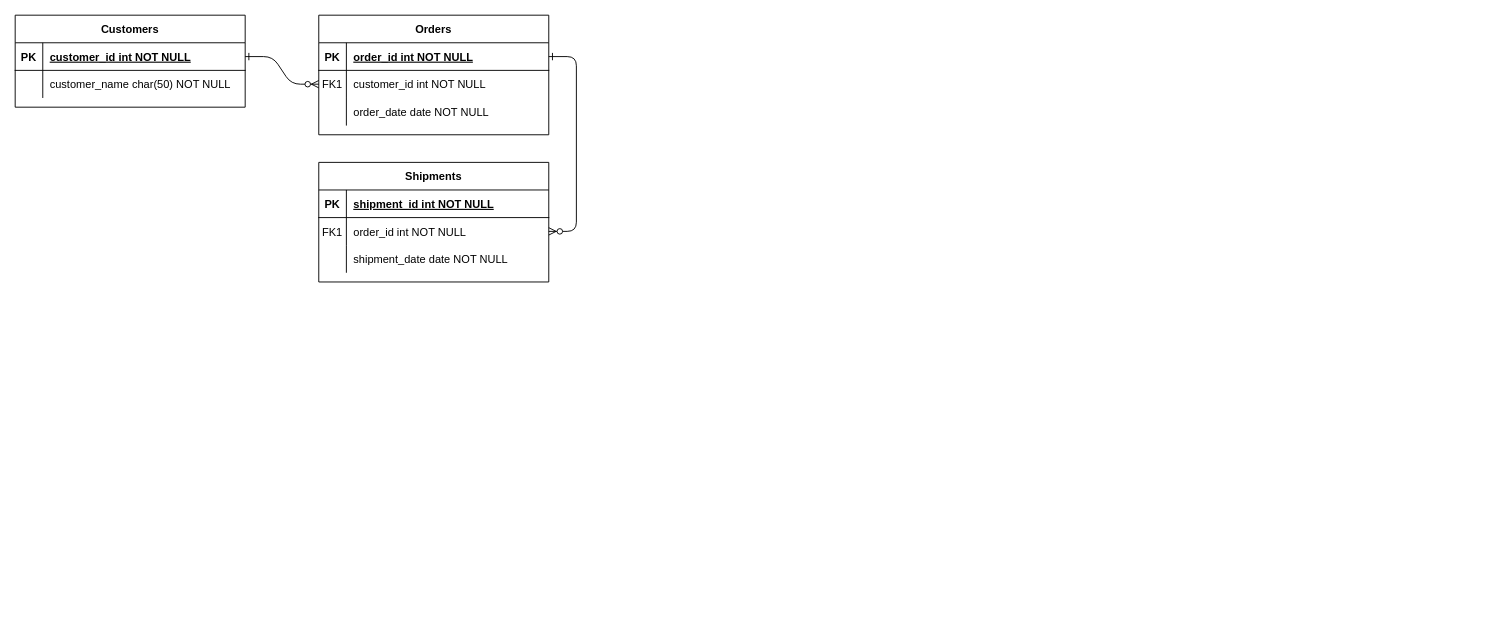
Before: Untitled Diagram.drawio in alec202/CIS353ERDiagramAssignment, a draw.io diagram. Source tidied: cells renumbered, new cells numbered last; positions are measured from the earlier drawing's top-left corner, leaving out a move shared by most shapes. Both pictures are drawn from the tidied source at 92%, with x=0, y=0 at pixel (15, 15).
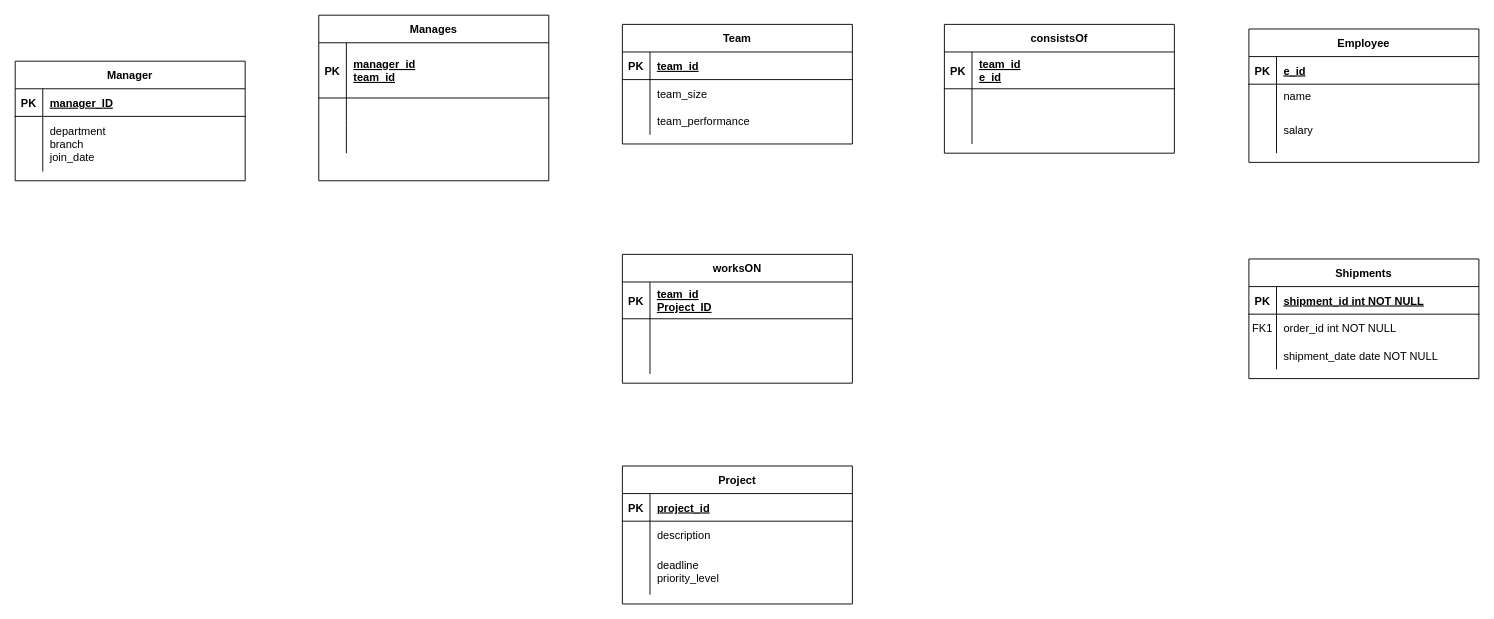
After the change.

The change refers to these unchanged cells:
```xml
<mxCell id="15" style="shape=partialRectangle;fillColor=none;top=0;left=0;right=0;bottom=1;" parent="14" vertex="1">
  <mxGeometry y="30" width="250" height="30" as="geometry" />
</mxCell>
<mxCell id="18" style="shape=partialRectangle;fillColor=none;points=[[0,0.5],[1,0.5]];portConstraint=eastwest;top=0;left=0;right=0;bottom=0;" parent="14" vertex="1">
  <mxGeometry y="60" width="250" height="30" as="geometry" />
</mxCell>
<mxCell id="21" style="shape=partialRectangle;fillColor=none;top=0;left=0;right=0;bottom=0;" parent="14" vertex="1">
  <mxGeometry y="90" width="250" height="30" as="geometry" />
</mxCell>
<mxCell id="25" style="shape=partialRectangle;fillColor=none;points=[[0,0.5],[1,0.5]];portConstraint=eastwest;top=0;left=0;right=0;bottom=1;" parent="24" vertex="1">
  <mxGeometry y="30" width="250" height="30" as="geometry" />
</mxCell>
```

The edit, as a diff of the source:
```diff
@@
-    <mxCell id="2" style="edgeStyle=entityRelationEdgeStyle;endArrow=ERzeroToMany;startArrow=ERone;endFill=1;startFill=0;" parent="1" edge="1" source="25" target="8">
-      <mxGeometry relative="1" as="geometry" />
-    </mxCell>
-    <mxCell id="3" style="edgeStyle=entityRelationEdgeStyle;endArrow=ERzeroToMany;startArrow=ERone;endFill=1;startFill=0;" parent="1" edge="1" source="5" target="18">
-      <mxGeometry relative="1" as="geometry" />
-    </mxCell>
-    <mxCell id="4" value="Orders" style="shape=table;startSize=30;childLayout=tableLayout;rowLines=0;fontStyle=1;align=center;" parent="1" vertex="1">
-      <mxGeometry x="330" width="250" height="130" as="geometry" />
+    <mxCell id="4" value="Manages" style="shape=table;startSize=30;childLayout=tableLayout;rowLines=0;fontStyle=1;align=center;" parent="1" vertex="1">
+      <mxGeometry x="330" width="250" height="180" as="geometry" />
     </mxCell>
     <mxCell id="5" style="shape=partialRectangle;fillColor=none;points=[[0,0.5],[1,0.5]];portConstraint=eastwest;top=0;left=0;right=0;bottom=1;" parent="4" vertex="1">
-      <mxGeometry y="30" width="250" height="30" as="geometry" />
+      <mxGeometry y="30" width="250" height="60" as="geometry" />
     </mxCell>
     <mxCell id="6" value="PK" style="shape=partialRectangle;overflow=hidden;fillColor=none;top=0;left=0;bottom=0;right=0;fontStyle=1;" parent="5" vertex="1">
-      <mxGeometry width="30" height="30" as="geometry" />
+      <mxGeometry width="30" height="60" as="geometry" />
     </mxCell>
-    <mxCell id="7" value="order_id int NOT NULL " style="shape=partialRectangle;overflow=hidden;fillColor=none;top=0;left=0;bottom=0;right=0;align=left;spacingLeft=6;fontStyle=5;" parent="5" vertex="1">
-      <mxGeometry x="30" width="220" height="30" as="geometry" />
+    <mxCell id="7" value="manager_id&#10;team_id" style="shape=partialRectangle;overflow=hidden;fillColor=none;top=0;left=0;bottom=0;right=0;align=left;spacingLeft=6;fontStyle=5;" parent="5" vertex="1">
+      <mxGeometry x="30" width="220" height="60" as="geometry" />
     </mxCell>
     <mxCell id="8" style="shape=partialRectangle;fillColor=none;points=[[0,0.5],[1,0.5]];portConstraint=eastwest;top=0;left=0;right=0;bottom=0;" parent="4" vertex="1">
-      <mxGeometry y="60" width="250" height="30" as="geometry" />
+      <mxGeometry y="90" width="250" height="30" as="geometry" />
     </mxCell>
-    <mxCell id="9" value="FK1" style="shape=partialRectangle;overflow=hidden;fillColor=none;top=0;left=0;bottom=0;right=0;" parent="8" vertex="1">
+    <mxCell id="9" style="shape=partialRectangle;overflow=hidden;fillColor=none;top=0;left=0;bottom=0;right=0;" parent="8" vertex="1">
       <mxGeometry width="30" height="30" as="geometry" />
     </mxCell>
-    <mxCell id="10" value="customer_id int NOT NULL" style="shape=partialRectangle;overflow=hidden;fillColor=none;top=0;left=0;bottom=0;right=0;align=left;spacingLeft=6;" parent="8" vertex="1">
+    <mxCell id="10" style="shape=partialRectangle;overflow=hidden;fillColor=none;top=0;left=0;bottom=0;right=0;align=left;spacingLeft=6;" parent="8" vertex="1">
       <mxGeometry x="30" width="220" height="30" as="geometry" />
     </mxCell>
     <mxCell id="11" style="shape=partialRectangle;fillColor=none;top=0;left=0;right=0;bottom=0;" parent="4" vertex="1">
-      <mxGeometry y="90" width="250" height="30" as="geometry" />
+      <mxGeometry y="120" width="250" height="30" as="geometry" />
     </mxCell>
@@
-    <mxCell id="13" value="order_date date NOT NULL" style="shape=partialRectangle;overflow=hidden;fillColor=none;top=0;left=0;bottom=0;right=0;align=left;spacingLeft=6;" parent="11" vertex="1">
+    <mxCell id="13" style="shape=partialRectangle;overflow=hidden;fillColor=none;top=0;left=0;bottom=0;right=0;align=left;spacingLeft=6;" parent="11" vertex="1">
       <mxGeometry x="30" width="220" height="30" as="geometry" />
     </mxCell>
-    <mxCell id="14" value="Shipments" style="shape=table;startSize=30;childLayout=tableLayout;rowLines=0;fontStyle=1;align=center;" parent="1" vertex="1">
-      <mxGeometry x="330" y="160" width="250" height="130" as="geometry" />
+    <mxCell id="14" value="Team" style="shape=table;startSize=30;childLayout=tableLayout;rowLines=0;fontStyle=1;align=center;" parent="1" vertex="1">
+      <mxGeometry x="660" y="10" width="250" height="130" as="geometry" />
     </mxCell>
@@
-    <mxCell id="17" value="shipment_id int NOT NULL " style="shape=partialRectangle;overflow=hidden;fillColor=none;top=0;left=0;bottom=0;right=0;align=left;spacingLeft=6;fontStyle=5;" parent="15" vertex="1">
+    <mxCell id="17" value="team_id" style="shape=partialRectangle;overflow=hidden;fillColor=none;top=0;left=0;bottom=0;right=0;align=left;spacingLeft=6;fontStyle=5;" parent="15" vertex="1">
       <mxGeometry x="30" width="220" height="30" as="geometry" />
     </mxCell>
@@
-    <mxCell id="19" value="FK1" style="shape=partialRectangle;overflow=hidden;fillColor=none;top=0;left=0;bottom=0;right=0;" parent="18" vertex="1">
+    <mxCell id="19" style="shape=partialRectangle;overflow=hidden;fillColor=none;top=0;left=0;bottom=0;right=0;" parent="18" vertex="1">
       <mxGeometry width="30" height="30" as="geometry" />
     </mxCell>
-    <mxCell id="20" value="order_id int NOT NULL" style="shape=partialRectangle;overflow=hidden;fillColor=none;top=0;left=0;bottom=0;right=0;align=left;spacingLeft=6;" parent="18" vertex="1">
+    <mxCell id="20" value="team_size" style="shape=partialRectangle;overflow=hidden;fillColor=none;top=0;left=0;bottom=0;right=0;align=left;spacingLeft=6;" parent="18" vertex="1">
       <mxGeometry x="30" width="220" height="30" as="geometry" />
     </mxCell>
@@
-    <mxCell id="23" value="shipment_date date NOT NULL" style="shape=partialRectangle;overflow=hidden;fillColor=none;top=0;left=0;bottom=0;right=0;align=left;spacingLeft=6;" parent="21" vertex="1">
+    <mxCell id="23" value="team_performance" style="shape=partialRectangle;overflow=hidden;fillColor=none;top=0;left=0;bottom=0;right=0;align=left;spacingLeft=6;" parent="21" vertex="1">
       <mxGeometry x="30" width="220" height="30" as="geometry" />
     </mxCell>
-    <mxCell id="24" value="Customers" style="shape=table;startSize=30;childLayout=tableLayout;rowLines=0;fontStyle=1;align=center;" parent="1" vertex="1">
-      <mxGeometry width="250" height="100" as="geometry" />
+    <mxCell id="24" value="Manager" style="shape=table;startSize=30;childLayout=tableLayout;rowLines=0;fontStyle=1;align=center;" parent="1" vertex="1">
+      <mxGeometry y="50" width="250" height="130" as="geometry" />
     </mxCell>
@@
-    <mxCell id="27" value="customer_id int NOT NULL " style="shape=partialRectangle;overflow=hidden;fillColor=none;top=0;left=0;bottom=0;right=0;align=left;spacingLeft=6;fontStyle=5;" parent="25" vertex="1">
+    <mxCell id="27" value="manager_ID" style="shape=partialRectangle;overflow=hidden;fillColor=none;top=0;left=0;bottom=0;right=0;align=left;spacingLeft=6;fontStyle=5;" parent="25" vertex="1">
       <mxGeometry x="30" width="220" height="30" as="geometry" />
     </mxCell>
     <mxCell id="28" style="shape=partialRectangle;fillColor=none;top=0;left=0;right=0;bottom=0;" parent="24" vertex="1">
-      <mxGeometry y="60" width="250" height="30" as="geometry" />
+      <mxGeometry y="60" width="250" height="60" as="geometry" />
     </mxCell>
     <mxCell id="29" style="shape=partialRectangle;overflow=hidden;fillColor=none;top=0;left=0;bottom=0;right=0;" parent="28" vertex="1">
-      <mxGeometry width="30" height="30" as="geometry" />
+      <mxGeometry width="30" height="60" as="geometry" />
     </mxCell>
-    <mxCell id="30" value="customer_name char(50) NOT NULL" style="shape=partialRectangle;overflow=hidden;fillColor=none;top=0;left=0;bottom=0;right=0;align=left;spacingLeft=6;" parent="28" vertex="1">
-      <mxGeometry x="30" width="220" height="30" as="geometry" />
+    <mxCell id="30" value="department&#10;branch&#10;join_date" style="shape=partialRectangle;overflow=hidden;fillColor=none;top=0;left=0;bottom=0;right=0;align=left;spacingLeft=6;" parent="28" vertex="1">
+      <mxGeometry x="30" width="220" height="60" as="geometry" />
     </mxCell>
+    <mxCell id="31" value="worksON" style="shape=table;startSize=30;childLayout=tableLayout;rowLines=0;fontStyle=1;align=center;" parent="1" vertex="1">
+      <mxGeometry x="660" y="260" width="250" height="140" as="geometry" />
+    </mxCell>
+    <mxCell id="32" style="shape=partialRectangle;fillColor=none;top=0;left=0;right=0;bottom=1;" parent="31" vertex="1">
+      <mxGeometry y="30" width="250" height="40" as="geometry" />
+    </mxCell>
+    <mxCell id="33" value="PK" style="shape=partialRectangle;overflow=hidden;fillColor=none;top=0;left=0;bottom=0;right=0;fontStyle=1;" parent="32" vertex="1">
+      <mxGeometry width="30" height="40" as="geometry" />
+    </mxCell>
+    <mxCell id="34" value="team_id&#10;Project_ID" style="shape=partialRectangle;overflow=hidden;fillColor=none;top=0;left=0;bottom=0;right=0;align=left;spacingLeft=6;fontStyle=5;" parent="32" vertex="1">
+      <mxGeometry x="30" width="220" height="40" as="geometry" />
+    </mxCell>
+    <mxCell id="35" style="shape=partialRectangle;fillColor=none;top=0;left=0;right=0;bottom=0;" parent="31" vertex="1">
+      <mxGeometry y="70" width="250" height="30" as="geometry" />
+    </mxCell>
+    <mxCell id="36" style="shape=partialRectangle;overflow=hidden;fillColor=none;top=0;left=0;bottom=0;right=0;" parent="35" vertex="1">
+      <mxGeometry width="30" height="30" as="geometry" />
+    </mxCell>
+    <mxCell id="37" style="shape=partialRectangle;overflow=hidden;fillColor=none;top=0;left=0;bottom=0;right=0;align=left;spacingLeft=6;" parent="35" vertex="1">
+      <mxGeometry x="30" width="220" height="30" as="geometry" />
+    </mxCell>
+    <mxCell id="38" style="shape=partialRectangle;fillColor=none;top=0;left=0;right=0;bottom=0;" parent="31" vertex="1">
+      <mxGeometry y="100" width="250" height="30" as="geometry" />
+    </mxCell>
+    <mxCell id="39" style="shape=partialRectangle;overflow=hidden;fillColor=none;top=0;left=0;bottom=0;right=0;" parent="38" vertex="1">
+      <mxGeometry width="30" height="30" as="geometry" />
+    </mxCell>
+    <mxCell id="40" style="shape=partialRectangle;overflow=hidden;fillColor=none;top=0;left=0;bottom=0;right=0;align=left;spacingLeft=6;" parent="38" vertex="1">
+      <mxGeometry x="30" width="220" height="30" as="geometry" />
+    </mxCell>
+    <mxCell id="41" value="Project" style="shape=table;startSize=30;childLayout=tableLayout;rowLines=0;fontStyle=1;align=center;" parent="1" vertex="1">
+      <mxGeometry x="660" y="490" width="250" height="150" as="geometry" />
+    </mxCell>
+    <mxCell id="42" style="shape=partialRectangle;fillColor=none;top=0;left=0;right=0;bottom=1;" parent="41" vertex="1">
+      <mxGeometry y="30" width="250" height="30" as="geometry" />
+    </mxCell>
+    <mxCell id="43" value="PK" style="shape=partialRectangle;overflow=hidden;fillColor=none;top=0;left=0;bottom=0;right=0;fontStyle=1;" parent="42" vertex="1">
+      <mxGeometry width="30" height="30" as="geometry" />
+    </mxCell>
+    <mxCell id="44" value="project_id" style="shape=partialRectangle;overflow=hidden;fillColor=none;top=0;left=0;bottom=0;right=0;align=left;spacingLeft=6;fontStyle=5;" parent="42" vertex="1">
+      <mxGeometry x="30" width="220" height="30" as="geometry" />
+    </mxCell>
+    <mxCell id="45" style="shape=partialRectangle;fillColor=none;top=0;left=0;right=0;bottom=0;" parent="41" vertex="1">
+      <mxGeometry y="60" width="250" height="30" as="geometry" />
+    </mxCell>
+    <mxCell id="46" style="shape=partialRectangle;overflow=hidden;fillColor=none;top=0;left=0;bottom=0;right=0;" parent="45" vertex="1">
+      <mxGeometry width="30" height="30" as="geometry" />
+    </mxCell>
+    <mxCell id="47" value="description" style="shape=partialRectangle;overflow=hidden;fillColor=none;top=0;left=0;bottom=0;right=0;align=left;spacingLeft=6;" parent="45" vertex="1">
+      <mxGeometry x="30" width="220" height="30" as="geometry" />
+    </mxCell>
+    <mxCell id="48" style="shape=partialRectangle;fillColor=none;top=0;left=0;right=0;bottom=0;" parent="41" vertex="1">
+      <mxGeometry y="90" width="250" height="50" as="geometry" />
+    </mxCell>
+    <mxCell id="49" style="shape=partialRectangle;overflow=hidden;fillColor=none;top=0;left=0;bottom=0;right=0;" parent="48" vertex="1">
+      <mxGeometry width="30" height="50" as="geometry" />
+    </mxCell>
+    <mxCell id="50" value="deadline&#10;priority_level" style="shape=partialRectangle;overflow=hidden;fillColor=none;top=0;left=0;bottom=0;right=0;align=left;spacingLeft=6;" parent="48" vertex="1">
+      <mxGeometry x="30" width="220" height="50" as="geometry" />
+    </mxCell>
+    <mxCell id="51" value="consistsOf" style="shape=table;startSize=30;childLayout=tableLayout;rowLines=0;fontStyle=1;align=center;" parent="1" vertex="1">
+      <mxGeometry x="1010" y="10" width="250" height="140" as="geometry" />
+    </mxCell>
+    <mxCell id="52" style="shape=partialRectangle;fillColor=none;top=0;left=0;right=0;bottom=1;" parent="51" vertex="1">
+      <mxGeometry y="30" width="250" height="40" as="geometry" />
+    </mxCell>
+    <mxCell id="53" value="PK" style="shape=partialRectangle;overflow=hidden;fillColor=none;top=0;left=0;bottom=0;right=0;fontStyle=1;" parent="52" vertex="1">
+      <mxGeometry width="30" height="40" as="geometry" />
+    </mxCell>
+    <mxCell id="54" value="team_id&#10;e_id" style="shape=partialRectangle;overflow=hidden;fillColor=none;top=0;left=0;bottom=0;right=0;align=left;spacingLeft=6;fontStyle=5;" parent="52" vertex="1">
+      <mxGeometry x="30" width="220" height="40" as="geometry" />
+    </mxCell>
+    <mxCell id="55" style="shape=partialRectangle;fillColor=none;top=0;left=0;right=0;bottom=0;" parent="51" vertex="1">
+      <mxGeometry y="70" width="250" height="30" as="geometry" />
+    </mxCell>
+    <mxCell id="56" style="shape=partialRectangle;overflow=hidden;fillColor=none;top=0;left=0;bottom=0;right=0;" parent="55" vertex="1">
+      <mxGeometry width="30" height="30" as="geometry" />
+    </mxCell>
+    <mxCell id="57" style="shape=partialRectangle;overflow=hidden;fillColor=none;top=0;left=0;bottom=0;right=0;align=left;spacingLeft=6;" parent="55" vertex="1">
+      <mxGeometry x="30" width="220" height="30" as="geometry" />
+    </mxCell>
+    <mxCell id="58" style="shape=partialRectangle;fillColor=none;top=0;left=0;right=0;bottom=0;" parent="51" vertex="1">
+      <mxGeometry y="100" width="250" height="30" as="geometry" />
+    </mxCell>
+    <mxCell id="59" style="shape=partialRectangle;overflow=hidden;fillColor=none;top=0;left=0;bottom=0;right=0;" parent="58" vertex="1">
+      <mxGeometry width="30" height="30" as="geometry" />
+    </mxCell>
+    <mxCell id="60" style="shape=partialRectangle;overflow=hidden;fillColor=none;top=0;left=0;bottom=0;right=0;align=left;spacingLeft=6;" parent="58" vertex="1">
+      <mxGeometry x="30" width="220" height="30" as="geometry" />
+    </mxCell>
+    <mxCell id="61" value="Employee" style="shape=table;startSize=30;childLayout=tableLayout;rowLines=0;fontStyle=1;align=center;" parent="1" vertex="1">
+      <mxGeometry x="1341" y="15" width="250" height="145" as="geometry" />
+    </mxCell>
+    <mxCell id="62" style="shape=partialRectangle;fillColor=none;top=0;left=0;right=0;bottom=1;" parent="61" vertex="1">
+      <mxGeometry y="30" width="250" height="30" as="geometry" />
+    </mxCell>
+    <mxCell id="63" value="PK" style="shape=partialRectangle;overflow=hidden;fillColor=none;top=0;left=0;bottom=0;right=0;fontStyle=1;" parent="62" vertex="1">
+      <mxGeometry width="30" height="30" as="geometry" />
+    </mxCell>
+    <mxCell id="64" value="e_id" style="shape=partialRectangle;overflow=hidden;fillColor=none;top=0;left=0;bottom=0;right=0;align=left;spacingLeft=6;fontStyle=5;" parent="62" vertex="1">
+      <mxGeometry x="30" width="220" height="30" as="geometry" />
+    </mxCell>
+    <mxCell id="65" style="shape=partialRectangle;fillColor=none;top=0;left=0;right=0;bottom=0;" parent="61" vertex="1">
+      <mxGeometry y="60" width="250" height="25" as="geometry" />
+    </mxCell>
+    <mxCell id="66" style="shape=partialRectangle;overflow=hidden;fillColor=none;top=0;left=0;bottom=0;right=0;" parent="65" vertex="1">
+      <mxGeometry width="30" height="25" as="geometry" />
+    </mxCell>
+    <mxCell id="67" value="name" style="shape=partialRectangle;overflow=hidden;fillColor=none;top=0;left=0;bottom=0;right=0;align=left;spacingLeft=6;" parent="65" vertex="1">
+      <mxGeometry x="30" width="220" height="25" as="geometry" />
+    </mxCell>
+    <mxCell id="68" style="shape=partialRectangle;fillColor=none;top=0;left=0;right=0;bottom=0;" parent="61" vertex="1">
+      <mxGeometry y="85" width="250" height="50" as="geometry" />
+    </mxCell>
+    <mxCell id="69" style="shape=partialRectangle;overflow=hidden;fillColor=none;top=0;left=0;bottom=0;right=0;" parent="68" vertex="1">
+      <mxGeometry width="30" height="50" as="geometry" />
+    </mxCell>
+    <mxCell id="70" value="salary" style="shape=partialRectangle;overflow=hidden;fillColor=none;top=0;left=0;bottom=0;right=0;align=left;spacingLeft=6;" parent="68" vertex="1">
+      <mxGeometry x="30" width="220" height="50" as="geometry" />
+    </mxCell>
+    <mxCell id="71" value="Shipments" style="shape=table;startSize=30;childLayout=tableLayout;rowLines=0;fontStyle=1;align=center;" parent="1" vertex="1">
+      <mxGeometry x="1341" y="265" width="250" height="130" as="geometry" />
+    </mxCell>
+    <mxCell id="72" style="shape=partialRectangle;fillColor=none;top=0;left=0;right=0;bottom=1;" parent="71" vertex="1">
+      <mxGeometry y="30" width="250" height="30" as="geometry" />
+    </mxCell>
+    <mxCell id="73" value="PK" style="shape=partialRectangle;overflow=hidden;fillColor=none;top=0;left=0;bottom=0;right=0;fontStyle=1;" parent="72" vertex="1">
+      <mxGeometry width="30" height="30" as="geometry" />
+    </mxCell>
+    <mxCell id="74" value="shipment_id int NOT NULL " style="shape=partialRectangle;overflow=hidden;fillColor=none;top=0;left=0;bottom=0;right=0;align=left;spacingLeft=6;fontStyle=5;" parent="72" vertex="1">
+      <mxGeometry x="30" width="220" height="30" as="geometry" />
+    </mxCell>
+    <mxCell id="75" style="shape=partialRectangle;fillColor=none;top=0;left=0;right=0;bottom=0;" parent="71" vertex="1">
+      <mxGeometry y="60" width="250" height="30" as="geometry" />
+    </mxCell>
+    <mxCell id="76" value="FK1" style="shape=partialRectangle;overflow=hidden;fillColor=none;top=0;left=0;bottom=0;right=0;" parent="75" vertex="1">
+      <mxGeometry width="30" height="30" as="geometry" />
+    </mxCell>
+    <mxCell id="77" value="order_id int NOT NULL" style="shape=partialRectangle;overflow=hidden;fillColor=none;top=0;left=0;bottom=0;right=0;align=left;spacingLeft=6;" parent="75" vertex="1">
+      <mxGeometry x="30" width="220" height="30" as="geometry" />
+    </mxCell>
+    <mxCell id="78" style="shape=partialRectangle;fillColor=none;top=0;left=0;right=0;bottom=0;" parent="71" vertex="1">
+      <mxGeometry y="90" width="250" height="30" as="geometry" />
+    </mxCell>
+    <mxCell id="79" style="shape=partialRectangle;overflow=hidden;fillColor=none;top=0;left=0;bottom=0;right=0;" parent="78" vertex="1">
+      <mxGeometry width="30" height="30" as="geometry" />
+    </mxCell>
+    <mxCell id="80" value="shipment_date date NOT NULL" style="shape=partialRectangle;overflow=hidden;fillColor=none;top=0;left=0;bottom=0;right=0;align=left;spacingLeft=6;" parent="78" vertex="1">
+      <mxGeometry x="30" width="220" height="30" as="geometry" />
+    </mxCell>
```
